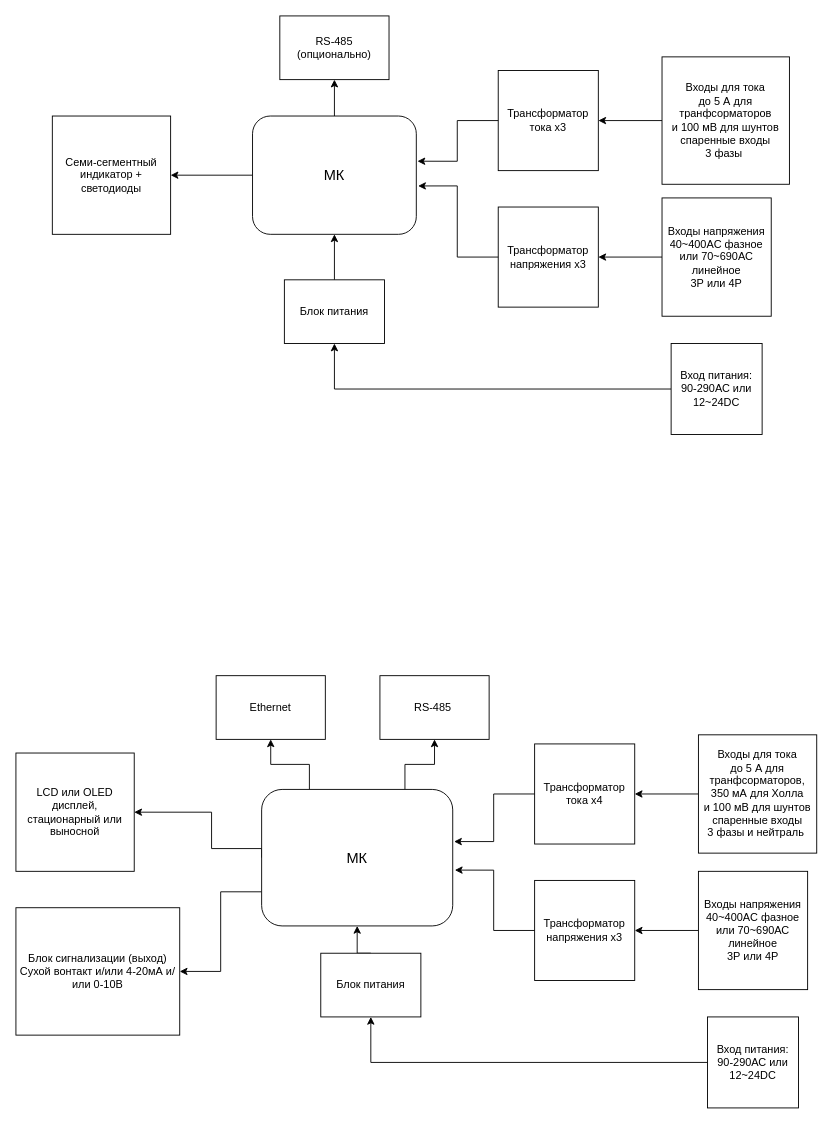
The draw.io diagram концептИзм.drawio in SokolovRV/draw, before the edit. Source tidied: cells renumbered, new cells numbered last; positions are measured from the earlier drawing's top-left corner, leaving out a move shared by most shapes. Both pictures are drawn from the tidied source at 91%, with x=0, y=0 at pixel (15, 15).
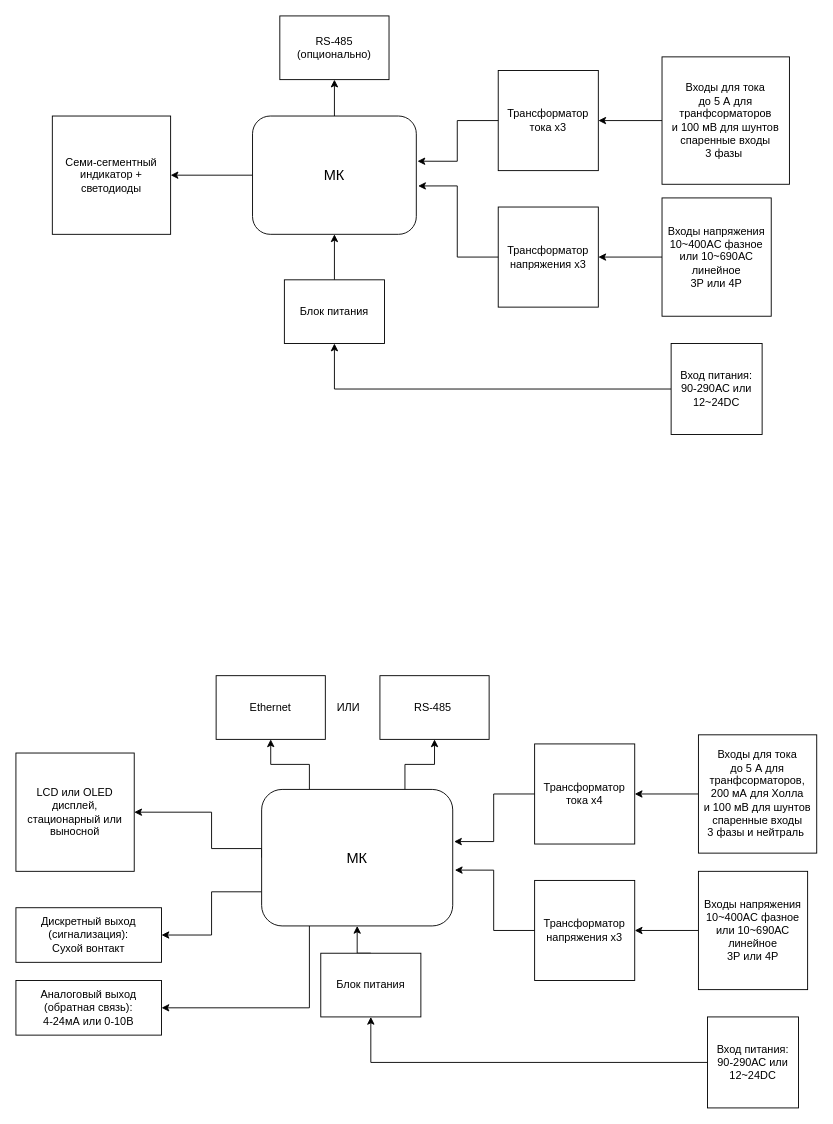
The same page after the edit.

Unchanged cells that the change refers to:
```xml
<mxCell id="23" value="&lt;font style=&quot;font-size: 16px;&quot;&gt;МК&lt;/font&gt;" style="rounded=1;whiteSpace=wrap;html=1;" parent="1" vertex="1">
  <mxGeometry x="270" y="850" width="210" height="150" as="geometry" />
</mxCell>
```

Diff of the diagram source:
```diff
@@
-    <mxCell id="11" value="&amp;nbsp;Входы напряжения&amp;nbsp;&lt;div&gt;40~400AC фазное или 70~690АС линейное&lt;/div&gt;&lt;div&gt;3Р или 4Р&lt;/div&gt;" style="rounded=0;whiteSpace=wrap;html=1;" parent="1" vertex="1">
+    <mxCell id="11" value="&amp;nbsp;Входы напряжения&amp;nbsp;&lt;div&gt;10~400AC фазное или 10~690АС линейное&lt;/div&gt;&lt;div&gt;3Р или 4Р&lt;/div&gt;" style="rounded=0;whiteSpace=wrap;html=1;" parent="1" vertex="1">
       <mxGeometry x="710" y="200" width="120" height="130" as="geometry" />
     </mxCell>
@@
+    <mxCell id="40" style="edgeStyle=orthogonalEdgeStyle;rounded=0;jettySize=auto;html=1;exitX=0.25;exitY=1;exitDx=0;exitDy=0;entryX=1;entryY=0.5;entryDx=0;entryDy=0;" parent="1" edge="1" source="23" target="42">
+      <mxGeometry relative="1" as="geometry" />
+    </mxCell>
@@
-    <mxCell id="30" value="&amp;nbsp;Входы напряжения&amp;nbsp;&lt;div&gt;40~400AC фазное или 70~690АС линейное&lt;/div&gt;&lt;div&gt;3Р или 4Р&lt;/div&gt;" style="rounded=0;whiteSpace=wrap;html=1;" parent="1" vertex="1">
+    <mxCell id="30" value="&amp;nbsp;Входы напряжения&amp;nbsp;&lt;div&gt;10~400AC фазное или 10~690АС линейное&lt;/div&gt;&lt;div&gt;3Р или 4Р&lt;/div&gt;" style="rounded=0;whiteSpace=wrap;html=1;" parent="1" vertex="1">
       <mxGeometry x="750" y="940" width="120" height="130" as="geometry" />
     </mxCell>
@@
-    <mxCell id="35" value="Входы для тока&lt;br&gt;до 5 А для транфсорматоров,&lt;div&gt;350 мА для Холла&lt;br&gt;и 100 мВ для шунтов&lt;br&gt;спаренные входы&lt;br&gt;3 фазы и нейтраль&amp;nbsp;&lt;/div&gt;" style="whiteSpace=wrap;html=1;" parent="1" vertex="1">
+    <mxCell id="35" value="Входы для тока&lt;br&gt;до 5 А для транфсорматоров,&lt;div&gt;200 мА для Холла&lt;br&gt;и 100 мВ для шунтов&lt;br&gt;спаренные входы&lt;br&gt;3 фазы и нейтраль&amp;nbsp;&lt;/div&gt;" style="whiteSpace=wrap;html=1;" parent="1" vertex="1">
       <mxGeometry x="750" y="790" width="130" height="130" as="geometry" />
     </mxCell>
@@
-    <mxCell id="39" value="Блок сигнализации (выход)&lt;br&gt;Сухой вонтакт и/или 4-20мА и/или 0-10В" style="rounded=0;whiteSpace=wrap;html=1;" parent="1" vertex="1">
-      <mxGeometry y="980" width="180" height="140" as="geometry" />
+    <mxCell id="39" value="Дискретный выход (сигнализация):&lt;div&gt;Сухой вонтакт&lt;/div&gt;" style="rounded=0;whiteSpace=wrap;html=1;" parent="1" vertex="1">
+      <mxGeometry y="980" width="160" height="60" as="geometry" />
     </mxCell>
+    <mxCell id="41" value="ИЛИ" style="text;html=1;align=center;verticalAlign=middle;strokeColor=none;fillColor=none;" parent="1" vertex="1">
+      <mxGeometry x="340" y="745" width="50" height="30" as="geometry" />
+    </mxCell>
+    <mxCell id="42" value="Аналоговый выход (обратная связь):&lt;div&gt;4-24мА или 0-10В&lt;/div&gt;" style="rounded=0;whiteSpace=wrap;html=1;" parent="1" vertex="1">
+      <mxGeometry y="1060" width="160" height="60" as="geometry" />
+    </mxCell>
```
